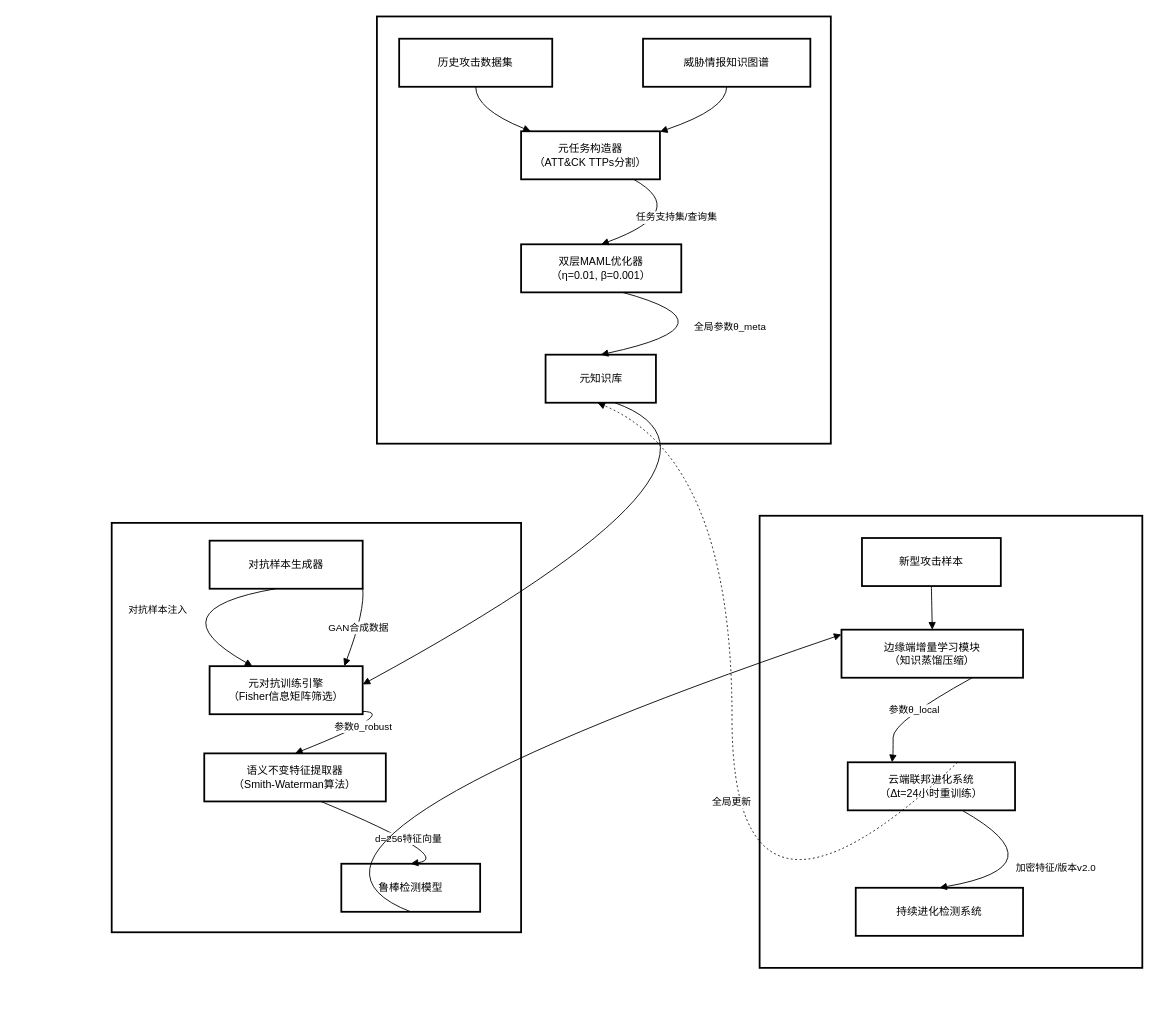
Earlier version of the draw.io diagram 元学习动态检测模型.drawio (shanhuaV/shanhuaV.github.io). Source tidied: cells renumbered, new cells numbered last; positions are measured from the earlier drawing's top-left corner, leaving out a move shared by most shapes. Both pictures are drawn from the tidied source at 89%, with x=0, y=0 at pixel (73, 16).
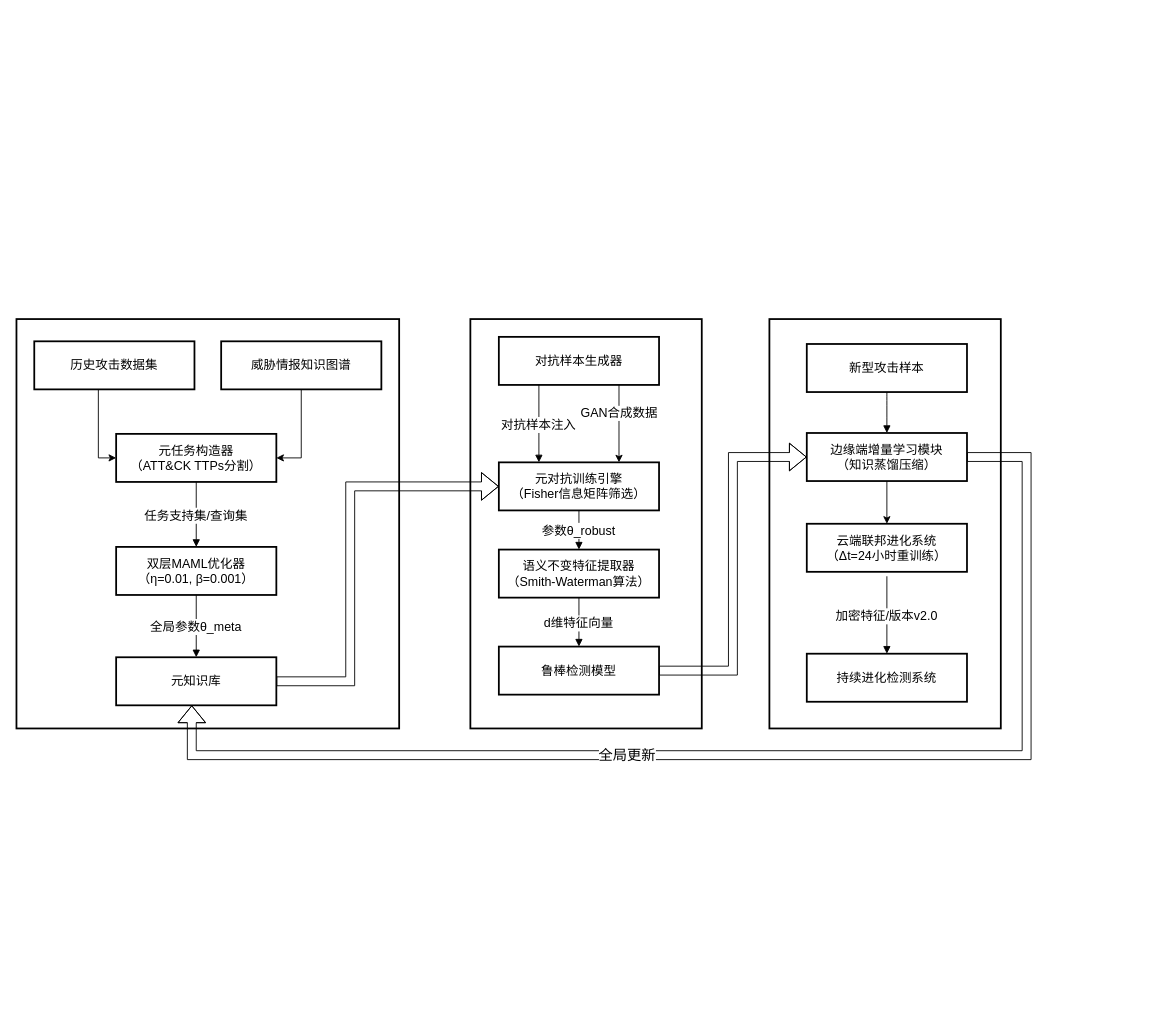
Above is the later version.

Commit message:
更新元学习动态检测模型.drawio

Change to the diagram source:
```diff
@@
-    <mxCell id="2" style="whiteSpace=wrap;strokeWidth=2;" parent="1" vertex="1">
-      <mxGeometry x="771" y="561" width="430" height="508" as="geometry" />
+    <mxCell id="2" style="whiteSpace=wrap;strokeWidth=2;fontSize=14;" parent="1" vertex="1">
+      <mxGeometry x="782" y="340" width="260" height="460" as="geometry" />
     </mxCell>
-    <mxCell id="3" style="whiteSpace=wrap;strokeWidth=2;" parent="1" vertex="1">
-      <mxGeometry x="43" y="569" width="460" height="460" as="geometry" />
+    <mxCell id="3" style="whiteSpace=wrap;strokeWidth=2;fontSize=14;" parent="1" vertex="1">
+      <mxGeometry x="446" y="340" width="260" height="460" as="geometry" />
     </mxCell>
-    <mxCell id="4" style="whiteSpace=wrap;strokeWidth=2;" parent="1" vertex="1">
-      <mxGeometry x="341" width="510" height="480" as="geometry" />
+    <mxCell id="4" style="whiteSpace=wrap;strokeWidth=2;fontSize=14;" parent="1" vertex="1">
+      <mxGeometry x="-64" y="340" width="430" height="460" as="geometry" />
     </mxCell>
+    <mxCell id="30" style="edgeStyle=orthogonalEdgeStyle;rounded=0;jettySize=auto;html=1;entryX=0;entryY=0.5;entryDx=0;entryDy=0;fontSize=14;" parent="1" edge="1" source="5" target="6">
+      <mxGeometry relative="1" as="geometry">
+        <Array as="points">
+          <mxPoint x="28" y="496" />
+        </Array>
+      </mxGeometry>
+    </mxCell>
-    <mxCell id="5" value="历史攻击数据集" style="whiteSpace=wrap;strokeWidth=2;" parent="1" vertex="1">
-      <mxGeometry x="366" y="25" width="172" height="54" as="geometry" />
+    <mxCell id="5" value="历史攻击数据集" style="whiteSpace=wrap;strokeWidth=2;fontSize=14;" parent="1" vertex="1">
+      <mxGeometry x="-44" y="365" width="180" height="54" as="geometry" />
     </mxCell>
-    <mxCell id="6" value="元任务构造器&#10;（ATT&amp;CK TTPs分割）" style="whiteSpace=wrap;strokeWidth=2;" parent="1" vertex="1">
-      <mxGeometry x="503" y="129" width="156" height="54" as="geometry" />
+    <mxCell id="6" value="元任务构造器&#10;（ATT&amp;CK TTPs分割）" style="whiteSpace=wrap;strokeWidth=2;fontSize=14;" parent="1" vertex="1">
+      <mxGeometry x="48" y="469" width="180" height="54" as="geometry" />
     </mxCell>
+    <mxCell id="31" style="edgeStyle=orthogonalEdgeStyle;rounded=0;jettySize=auto;html=1;entryX=1;entryY=0.5;entryDx=0;entryDy=0;fontSize=14;" parent="1" edge="1" source="7" target="6">
+      <mxGeometry relative="1" as="geometry" />
+    </mxCell>
-    <mxCell id="7" value="威胁情报知识图谱" style="whiteSpace=wrap;strokeWidth=2;" parent="1" vertex="1">
-      <mxGeometry x="640" y="25" width="188" height="54" as="geometry" />
+    <mxCell id="7" value="威胁情报知识图谱" style="whiteSpace=wrap;strokeWidth=2;fontSize=14;" parent="1" vertex="1">
+      <mxGeometry x="166" y="365" width="180" height="54" as="geometry" />
     </mxCell>
-    <mxCell id="8" value="双层MAML优化器&#10;（η=0.01, β=0.001）" style="whiteSpace=wrap;strokeWidth=2;" parent="1" vertex="1">
-      <mxGeometry x="503" y="256" width="180" height="54" as="geometry" />
+    <mxCell id="8" value="双层MAML优化器&#10;（η=0.01, β=0.001）" style="whiteSpace=wrap;strokeWidth=2;fontSize=14;" parent="1" vertex="1">
+      <mxGeometry x="48" y="596" width="180" height="54" as="geometry" />
     </mxCell>
+    <mxCell id="34" style="edgeStyle=orthogonalEdgeStyle;rounded=0;jettySize=auto;html=1;entryX=0;entryY=0.5;entryDx=0;entryDy=0;shape=flexArrow;fontSize=14;" parent="1" edge="1" source="9" target="10">
+      <mxGeometry relative="1" as="geometry">
+        <Array as="points">
+          <mxPoint x="311" y="747" />
+          <mxPoint x="311" y="528" />
+        </Array>
+      </mxGeometry>
+    </mxCell>
-    <mxCell id="9" value="元知识库" style="whiteSpace=wrap;strokeWidth=2;" parent="1" vertex="1">
-      <mxGeometry x="530.5" y="380" width="124" height="54" as="geometry" />
+    <mxCell id="9" value="元知识库" style="whiteSpace=wrap;strokeWidth=2;fontSize=14;" parent="1" vertex="1">
+      <mxGeometry x="48" y="720" width="180" height="54" as="geometry" />
     </mxCell>
-    <mxCell id="10" value="元对抗训练引擎&#10;（Fisher信息矩阵筛选）" style="whiteSpace=wrap;strokeWidth=2;" parent="1" vertex="1">
-      <mxGeometry x="153" y="730" width="172" height="54" as="geometry" />
+    <mxCell id="10" value="元对抗训练引擎&#10;（Fisher信息矩阵筛选）" style="whiteSpace=wrap;strokeWidth=2;fontSize=14;" parent="1" vertex="1">
+      <mxGeometry x="478" y="501" width="180" height="54" as="geometry" />
     </mxCell>
+    <mxCell id="44" style="edgeStyle=orthogonalEdgeStyle;rounded=0;jettySize=auto;html=1;entryX=0.75;entryY=0;entryDx=0;entryDy=0;exitX=0.75;exitY=1;exitDx=0;exitDy=0;fontSize=14;" parent="1" edge="1" source="11" target="10">
+      <mxGeometry relative="1" as="geometry" />
+    </mxCell>
+    <mxCell id="35" value="GAN合成数据" style="edgeLabel;html=1;align=center;verticalAlign=middle;fontSize=14;" parent="44" vertex="1">
+      <mxGeometry x="-0.28" y="-1" relative="1" as="geometry" />
+    </mxCell>
-    <mxCell id="11" value="对抗样本生成器" style="whiteSpace=wrap;strokeWidth=2;" parent="1" vertex="1">
-      <mxGeometry x="153" y="589" width="172" height="54" as="geometry" />
+    <mxCell id="11" value="对抗样本生成器" style="whiteSpace=wrap;strokeWidth=2;fontSize=14;" parent="1" vertex="1">
+      <mxGeometry x="478" y="360" width="180" height="54" as="geometry" />
     </mxCell>
-    <mxCell id="12" value="语义不变特征提取器&#10;（Smith-Waterman算法）" style="whiteSpace=wrap;strokeWidth=2;" parent="1" vertex="1">
-      <mxGeometry x="147" y="828" width="204" height="54" as="geometry" />
+    <mxCell id="12" value="语义不变特征提取器&#10;（Smith-Waterman算法）" style="whiteSpace=wrap;strokeWidth=2;fontSize=14;" parent="1" vertex="1">
+      <mxGeometry x="478" y="599" width="180" height="54" as="geometry" />
     </mxCell>
+    <mxCell id="39" style="edgeStyle=orthogonalEdgeStyle;rounded=0;jettySize=auto;html=1;entryX=0;entryY=0.5;entryDx=0;entryDy=0;shape=flexArrow;fontSize=14;" parent="1" edge="1" source="13" target="15">
+      <mxGeometry relative="1" as="geometry" />
+    </mxCell>
-    <mxCell id="13" value="鲁棒检测模型" style="whiteSpace=wrap;strokeWidth=2;" parent="1" vertex="1">
-      <mxGeometry x="301" y="952" width="156" height="54" as="geometry" />
+    <mxCell id="13" value="鲁棒检测模型" style="whiteSpace=wrap;strokeWidth=2;fontSize=14;" parent="1" vertex="1">
+      <mxGeometry x="478" y="708" width="180" height="54" as="geometry" />
     </mxCell>
-    <mxCell id="14" value="新型攻击样本" style="whiteSpace=wrap;strokeWidth=2;" parent="1" vertex="1">
-      <mxGeometry x="886" y="586" width="156" height="54" as="geometry" />
+    <mxCell id="14" value="新型攻击样本" style="whiteSpace=wrap;strokeWidth=2;fontSize=14;" parent="1" vertex="1">
+      <mxGeometry x="824" y="368" width="180" height="54" as="geometry" />
     </mxCell>
+    <mxCell id="40" style="edgeStyle=orthogonalEdgeStyle;rounded=0;jettySize=auto;html=1;entryX=0.5;entryY=0;entryDx=0;entryDy=0;fontSize=14;" parent="1" edge="1" source="15" target="16">
+      <mxGeometry relative="1" as="geometry" />
+    </mxCell>
+    <mxCell id="45" style="edgeStyle=orthogonalEdgeStyle;rounded=0;jettySize=auto;html=1;shape=flexArrow;fontSize=14;" parent="1" edge="1" source="15" target="9">
+      <mxGeometry relative="1" as="geometry">
+        <Array as="points">
+          <mxPoint x="1071" y="495" />
+          <mxPoint x="1071" y="830" />
+          <mxPoint x="133" y="830" />
+        </Array>
+      </mxGeometry>
+    </mxCell>
+    <mxCell id="42" value="全局更新" style="edgeLabel;html=1;align=center;verticalAlign=middle;fontSize=16;" parent="45" vertex="1">
+      <mxGeometry x="0.22" y="-1" relative="1" as="geometry" />
+    </mxCell>
-    <mxCell id="15" value="边缘端增量学习模块&#10;（知识蒸馏压缩）" style="whiteSpace=wrap;strokeWidth=2;" parent="1" vertex="1">
-      <mxGeometry x="863" y="689" width="204" height="54" as="geometry" />
+    <mxCell id="15" value="边缘端增量学习模块&#10;（知识蒸馏压缩）" style="whiteSpace=wrap;strokeWidth=2;fontSize=14;" parent="1" vertex="1">
+      <mxGeometry x="824" y="468" width="180" height="54" as="geometry" />
     </mxCell>
-    <mxCell id="16" value="云端联邦进化系统&#10;（Δt=24小时重训练）" style="whiteSpace=wrap;strokeWidth=2;" parent="1" vertex="1">
-      <mxGeometry x="870" y="838" width="188" height="54" as="geometry" />
+    <mxCell id="16" value="云端联邦进化系统&#10;（Δt=24小时重训练）" style="whiteSpace=wrap;strokeWidth=2;fontSize=14;" parent="1" vertex="1">
+      <mxGeometry x="824" y="570" width="180" height="54" as="geometry" />
     </mxCell>
-    <mxCell id="17" value="持续进化检测系统" style="whiteSpace=wrap;strokeWidth=2;" parent="1" vertex="1">
-      <mxGeometry x="879" y="979" width="188" height="54" as="geometry" />
+    <mxCell id="17" value="持续进化检测系统" style="whiteSpace=wrap;strokeWidth=2;fontSize=14;" parent="1" vertex="1">
+      <mxGeometry x="824" y="716" width="180" height="54" as="geometry" />
     </mxCell>
-    <mxCell id="18" style="whiteSpace=wrap;strokeWidth=2;" parent="1" vertex="1">
-      <mxGeometry x="454" y="283" as="geometry" />
+    <mxCell id="18" style="whiteSpace=wrap;strokeWidth=2;fontSize=14;" parent="1" vertex="1">
+      <mxGeometry x="-1" y="623" as="geometry" />
     </mxCell>
-    <mxCell id="19" style="whiteSpace=wrap;strokeWidth=2;" parent="1" vertex="1">
-      <mxGeometry x="402" y="434" as="geometry" />
+    <mxCell id="19" style="whiteSpace=wrap;strokeWidth=2;fontSize=14;" parent="1" vertex="1">
+      <mxGeometry x="-53" y="774" as="geometry" />
     </mxCell>
-    <mxCell id="20" style="whiteSpace=wrap;strokeWidth=2;" parent="1" vertex="1">
-      <mxGeometry x="638" y="434" as="geometry" />
+    <mxCell id="20" style="whiteSpace=wrap;strokeWidth=2;fontSize=14;" parent="1" vertex="1">
+      <mxGeometry x="183" y="774" as="geometry" />
     </mxCell>
-    <mxCell id="21" style="whiteSpace=wrap;strokeWidth=2;" parent="1" vertex="1">
-      <mxGeometry x="598" y="561" as="geometry" />
-    </mxCell>
-    <mxCell id="22" style="whiteSpace=wrap;strokeWidth=2;" parent="1" vertex="1">
-      <mxGeometry x="112" y="882" as="geometry" />
+    <mxCell id="22" style="whiteSpace=wrap;strokeWidth=2;fontSize=14;" parent="1" vertex="1">
+      <mxGeometry x="437" y="653" as="geometry" />
     </mxCell>
-    <mxCell id="23" style="whiteSpace=wrap;strokeWidth=2;" parent="1" vertex="1">
-      <mxGeometry x="66" y="1033" as="geometry" />
+    <mxCell id="23" style="whiteSpace=wrap;strokeWidth=2;fontSize=14;" parent="1" vertex="1">
+      <mxGeometry x="396" y="804" as="geometry" />
     </mxCell>
-    <mxCell id="24" style="whiteSpace=wrap;strokeWidth=2;" parent="1" vertex="1">
-      <mxGeometry x="301" y="1033" as="geometry" />
+    <mxCell id="24" style="whiteSpace=wrap;strokeWidth=2;fontSize=14;" parent="1" vertex="1">
+      <mxGeometry x="626" y="804" as="geometry" />
     </mxCell>
-    <mxCell id="25" style="whiteSpace=wrap;strokeWidth=2;" parent="1" vertex="1">
-      <mxGeometry y="991" as="geometry" />
-    </mxCell>
-    <mxCell id="26" style="whiteSpace=wrap;strokeWidth=2;" parent="1" vertex="1">
-      <mxGeometry x="812" y="892" as="geometry" />
+    <mxCell id="26" style="whiteSpace=wrap;strokeWidth=2;fontSize=14;" parent="1" vertex="1">
+      <mxGeometry x="773" y="671" as="geometry" />
     </mxCell>
-    <mxCell id="27" style="whiteSpace=wrap;strokeWidth=2;" parent="1" vertex="1">
-      <mxGeometry x="800" y="1018" as="geometry" />
+    <mxCell id="27" style="whiteSpace=wrap;strokeWidth=2;fontSize=14;" parent="1" vertex="1">
+      <mxGeometry x="761" y="797" as="geometry" />
     </mxCell>
-    <mxCell id="28" style="whiteSpace=wrap;strokeWidth=2;" parent="1" vertex="1">
-      <mxGeometry x="965" y="1018" as="geometry" />
+    <mxCell id="28" style="whiteSpace=wrap;strokeWidth=2;fontSize=14;" parent="1" vertex="1">
+      <mxGeometry x="926" y="797" as="geometry" />
     </mxCell>
-    <mxCell id="29" style="whiteSpace=wrap;strokeWidth=2;" parent="1" vertex="1">
-      <mxGeometry x="953" y="1118" as="geometry" />
-    </mxCell>
-    <mxCell id="30" style="curved=1;startArrow=none;endArrow=block;exitX=0.5;exitY=1;entryX=0.07;entryY=0;rounded=0;" parent="1" edge="1" source="5" target="6">
-      <mxGeometry relative="1" as="geometry">
-        <Array as="points">
-          <mxPoint x="452" y="104" />
-        </Array>
-      </mxGeometry>
-    </mxCell>
-    <mxCell id="31" style="curved=1;startArrow=none;endArrow=block;exitX=0.5;exitY=1;entryX=1;entryY=0.01;rounded=0;" parent="1" edge="1" source="7" target="6">
-      <mxGeometry relative="1" as="geometry">
-        <Array as="points">
-          <mxPoint x="734" y="104" />
-        </Array>
-      </mxGeometry>
-    </mxCell>
-    <mxCell id="32" value="任务支持集/查询集" style="curved=1;startArrow=none;endArrow=block;exitX=0.81;exitY=1;entryX=0.5;entryY=-0.01;rounded=0;" parent="1" edge="1" source="6" target="8">
-      <mxGeometry relative="1" as="geometry">
-        <Array as="points">
-          <mxPoint x="694" y="219" />
-        </Array>
-      </mxGeometry>
+    <mxCell id="32" value="任务支持集/查询集" style="startArrow=none;endArrow=block;exitX=0.5;exitY=1;entryX=0.5;entryY=-0.01;rounded=0;exitDx=0;exitDy=0;fontSize=14;" parent="1" edge="1" source="6" target="8">
+      <mxGeometry relative="1" as="geometry" />
     </mxCell>
-    <mxCell id="33" value="全局参数θ_meta" style="curved=1;startArrow=none;endArrow=block;exitX=0.63;exitY=0.99;entryX=0.5;entryY=0.01;rounded=0;" parent="1" edge="1" source="8" target="9">
-      <mxGeometry relative="1" as="geometry">
-        <Array as="points">
-          <mxPoint x="750" y="346" />
-        </Array>
-      </mxGeometry>
+    <mxCell id="33" value="全局参数θ_meta" style="startArrow=none;endArrow=block;exitX=0.5;exitY=1;entryX=0.5;entryY=0.01;rounded=0;exitDx=0;exitDy=0;fontSize=14;" parent="1" edge="1" source="8" target="9">
+      <mxGeometry relative="1" as="geometry" />
     </mxCell>
-    <mxCell id="34" style="curved=1;startArrow=none;endArrow=block;exitX=0.63;exitY=1.01;entryX=1;entryY=0.38;rounded=0;" parent="1" edge="1" source="9" target="10">
-      <mxGeometry relative="1" as="geometry">
-        <Array as="points">
-          <mxPoint x="789" y="498" />
-        </Array>
-      </mxGeometry>
-    </mxCell>
-    <mxCell id="35" value="GAN合成数据" style="curved=1;startArrow=none;endArrow=block;exitX=1;exitY=0.98;entryX=0.88;entryY=0;rounded=0;" parent="1" edge="1" source="11" target="10">
-      <mxGeometry relative="1" as="geometry">
-        <Array as="points">
-          <mxPoint x="328" y="667" />
-        </Array>
-      </mxGeometry>
-    </mxCell>
-    <mxCell id="36" value="参数θ_robust" style="curved=1;startArrow=none;endArrow=block;exitX=1;exitY=0.94;entryX=0.5;entryY=-0.01;rounded=0;" parent="1" edge="1" source="10" target="12">
-      <mxGeometry relative="1" as="geometry">
-        <Array as="points">
-          <mxPoint x="365" y="782" />
-        </Array>
-      </mxGeometry>
+    <mxCell id="36" value="参数θ_robust" style="startArrow=none;endArrow=block;exitX=0.5;exitY=1;entryX=0.5;entryY=-0.01;rounded=0;exitDx=0;exitDy=0;fontSize=14;" parent="1" edge="1" source="10" target="12">
+      <mxGeometry relative="1" as="geometry" />
     </mxCell>
-    <mxCell id="37" value="d=256特征向量" style="curved=1;startArrow=none;endArrow=block;exitX=0.64;exitY=0.99;entryX=0.5;entryY=0.01;rounded=0;" parent="1" edge="1" source="12" target="13">
-      <mxGeometry relative="1" as="geometry">
-        <Array as="points">
-          <mxPoint x="429" y="945" />
-        </Array>
-      </mxGeometry>
+    <mxCell id="37" value="d维特征向量" style="startArrow=none;endArrow=block;exitX=0.5;exitY=1;entryX=0.5;entryY=0.01;rounded=0;exitDx=0;exitDy=0;fontSize=14;" parent="1" edge="1" source="12" target="13">
+      <mxGeometry relative="1" as="geometry" />
     </mxCell>
-    <mxCell id="38" style="curved=1;startArrow=none;endArrow=block;exitX=0.5;exitY=1.01;entryX=0.5;entryY=0;rounded=0;" parent="1" edge="1" source="14" target="15">
+    <mxCell id="38" style="curved=1;startArrow=none;endArrow=block;exitX=0.5;exitY=1.01;entryX=0.5;entryY=0;rounded=0;fontSize=14;" parent="1" edge="1" source="14" target="15">
       <mxGeometry relative="1" as="geometry" />
     </mxCell>
-    <mxCell id="39" style="curved=1;startArrow=none;endArrow=block;exitX=0.5;exitY=1.01;entryX=0;entryY=0.1;rounded=0;" parent="1" edge="1" source="13" target="15">
-      <mxGeometry relative="1" as="geometry">
-        <Array as="points">
-          <mxPoint x="177" y="928" />
-        </Array>
-      </mxGeometry>
-    </mxCell>
-    <mxCell id="40" value="参数θ_local" style="curved=1;startArrow=none;endArrow=block;exitX=0.72;exitY=1;entryX=0.26;entryY=-0.01;rounded=0;" parent="1" edge="1" source="15" target="16">
-      <mxGeometry relative="1" as="geometry">
-        <Array as="points">
-          <mxPoint x="921" y="792" />
-          <mxPoint x="921" y="828" />
-        </Array>
-      </mxGeometry>
-    </mxCell>
-    <mxCell id="41" value="加密特征/版本v2.0" style="curved=1;startArrow=none;endArrow=block;exitX=0.68;exitY=0.99;entryX=0.5;entryY=0.01;rounded=0;" parent="1" edge="1" source="16" target="17">
+    <mxCell id="41" value="加密特征/版本v2.0" style="startArrow=none;endArrow=block;entryX=0.5;entryY=0.01;rounded=0;fontSize=14;" parent="1" edge="1" target="17">
       <mxGeometry relative="1" as="geometry">
-        <Array as="points">
-          <mxPoint x="1110" y="955" />
-        </Array>
+        <mxPoint x="914" y="629" as="sourcePoint" />
       </mxGeometry>
     </mxCell>
-    <mxCell id="42" value="全局更新" style="curved=1;dashed=1;dashPattern=2 3;startArrow=none;endArrow=block;exitX=0.66;exitY=-0.01;entryX=0.47;entryY=1.01;rounded=0;" parent="1" edge="1" source="16" target="9">
-      <mxGeometry relative="1" as="geometry">
-        <Array as="points">
-          <mxPoint x="740" y="1079" />
-          <mxPoint x="740" y="498" />
-        </Array>
-      </mxGeometry>
-    </mxCell>
-    <mxCell id="43" value="对抗样本注入" style="curved=1;startArrow=none;endArrow=block;exitX=0.43;exitY=1.01;entryX=0.28;entryY=0;rounded=0;" parent="1" edge="1" source="11" target="10">
-      <mxGeometry relative="1" as="geometry">
-        <Array as="points">
-          <mxPoint x="89" y="667" />
-        </Array>
-      </mxGeometry>
+    <mxCell id="43" value="对抗样本注入" style="startArrow=none;endArrow=block;exitX=0.25;exitY=1;entryX=0.25;entryY=0;rounded=0;exitDx=0;exitDy=0;entryDx=0;entryDy=0;fontSize=14;" parent="1" edge="1" source="11" target="10">
+      <mxGeometry relative="1" as="geometry" />
     </mxCell>
```
